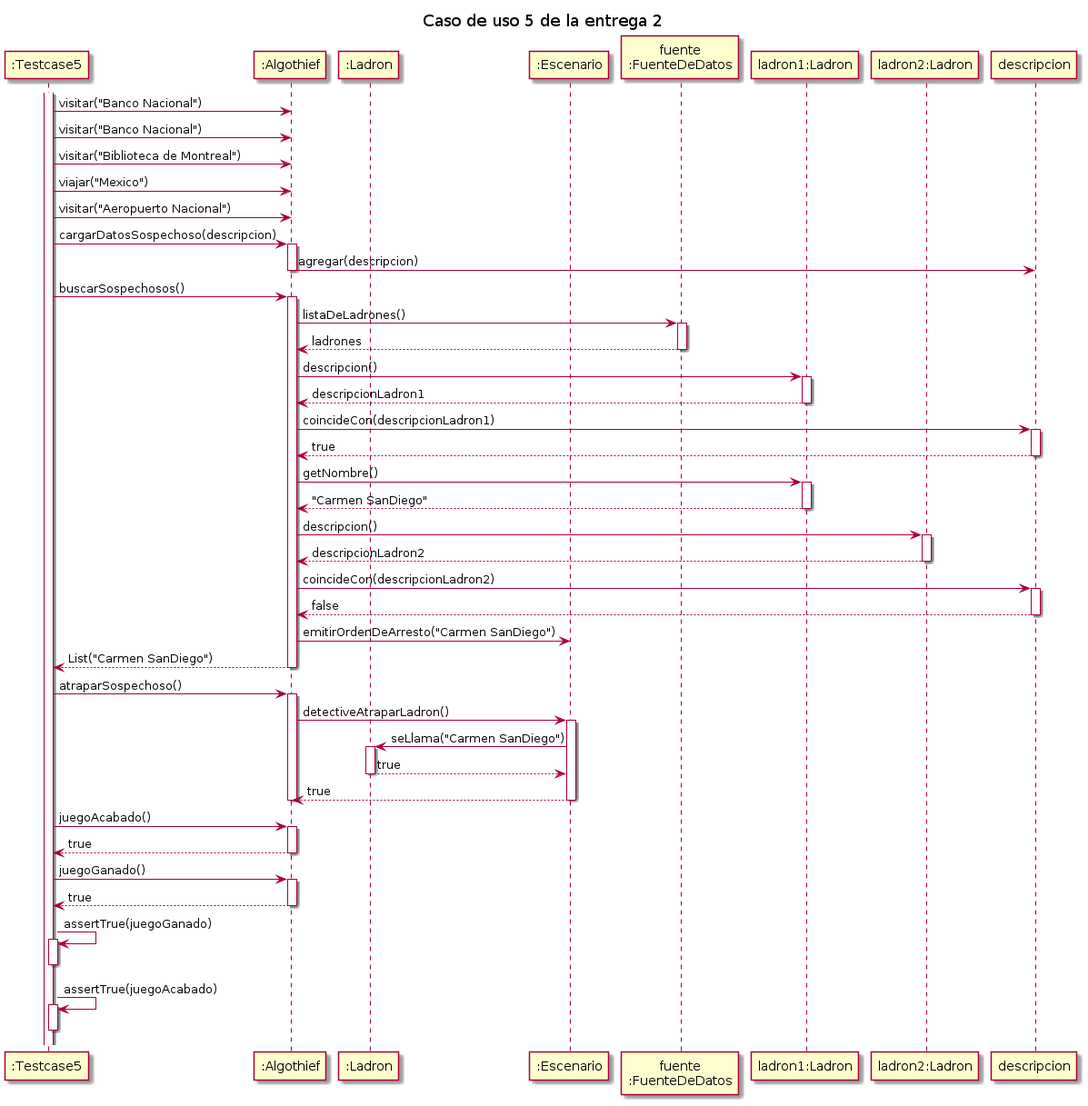
This is diagrams/sequences/secuencia_entrega2_testcase05.png from MegaRedHand/algo-thief, a PlantUML export, as it was before one commit. The source it was exported from:
```plantuml
@startuml

title "Caso de uso 5 de la entrega 2"

participant ":Testcase5" as testcase
participant ":Algothief" as algothief

participant ":Ladron" as ladron
participant ":Escenario" as escenario
participant "fuente\n:FuenteDeDatos" as fuente

participant "ladron1:Ladron" as ladron1
participant "ladron2:Ladron" as ladron2

activate testcase
testcase -> algothief: visitar("Banco Nacional")
testcase -> algothief: visitar("Banco Nacional")
testcase -> algothief: visitar("Biblioteca de Montreal")

testcase -> algothief: viajar("Mexico")
testcase -> algothief: visitar("Aeropuerto Nacional")

testcase -> algothief: cargarDatosSospechoso(descripcion)
    activate algothief
    algothief -> descripcion: agregar(descripcion)
    deactivate algothief

testcase -> algothief: buscarSospechosos()
    activate algothief
    algothief -> fuente: listaDeLadrones()
        activate fuente
        return ladrones
    algothief -> ladron1: descripcion()
            activate ladron1
            return descripcionLadron1
    algothief -> descripcion: coincideCon(descripcionLadron1)
        activate descripcion
        return true
    algothief -> ladron1: getNombre()
        activate ladron1
        return "Carmen SanDiego"
    algothief -> ladron2: descripcion()
        activate ladron2
        return descripcionLadron2
    algothief -> descripcion: coincideCon(descripcionLadron2)
        activate descripcion
        return false
    algothief -> escenario: emitirOrdenDeArresto("Carmen SanDiego")
    return List("Carmen SanDiego")

testcase -> algothief: atraparSospechoso()
    activate algothief
    algothief -> escenario: detectiveAtraparLadron()
        activate escenario
        escenario -> ladron: seLlama("Carmen SanDiego")
            activate ladron
            return true
        return true
    deactivate algothief

testcase -> algothief: juegoAcabado()
    activate algothief
    return true

testcase -> algothief: juegoGanado()
    activate algothief
    return true

testcase -> testcase: assertTrue(juegoGanado)
activate testcase
deactivate testcase
testcase -> testcase: assertTrue(juegoAcabado)
activate testcase
deactivate testcase

@enduml
```
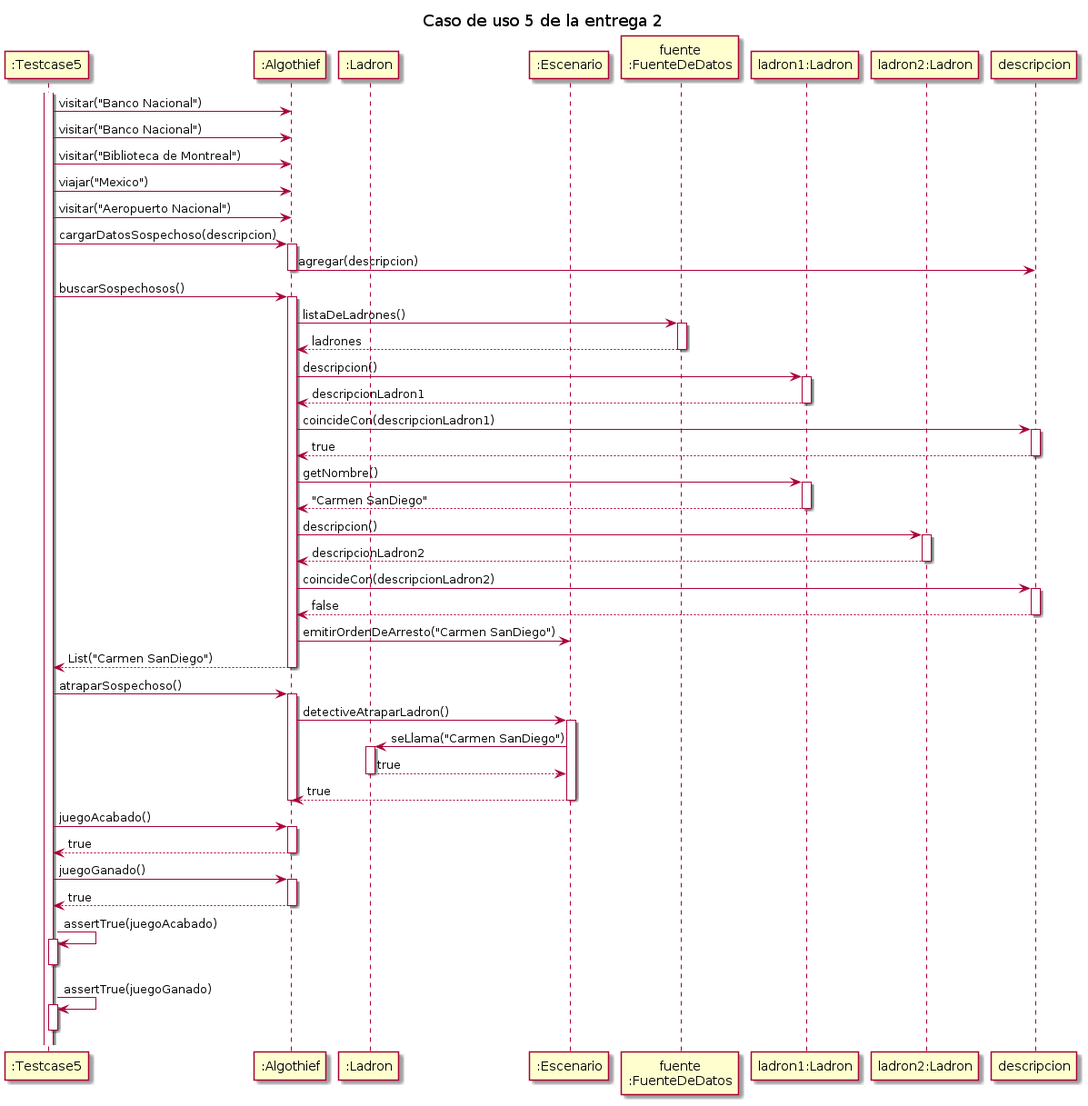
Later version of the same file.

Commit message:
docs: agrego diagrama entrega2 testcase04

Change to the diagram source:
```diff
@@ -66,11 +66,12 @@
     activate algothief
     return true
 
-testcase -> testcase: assertTrue(juegoGanado)
-activate testcase
-deactivate testcase
 testcase -> testcase: assertTrue(juegoAcabado)
 activate testcase
 deactivate testcase
 
+testcase -> testcase: assertTrue(juegoGanado)
+activate testcase
+deactivate testcase
+
 @enduml
```
